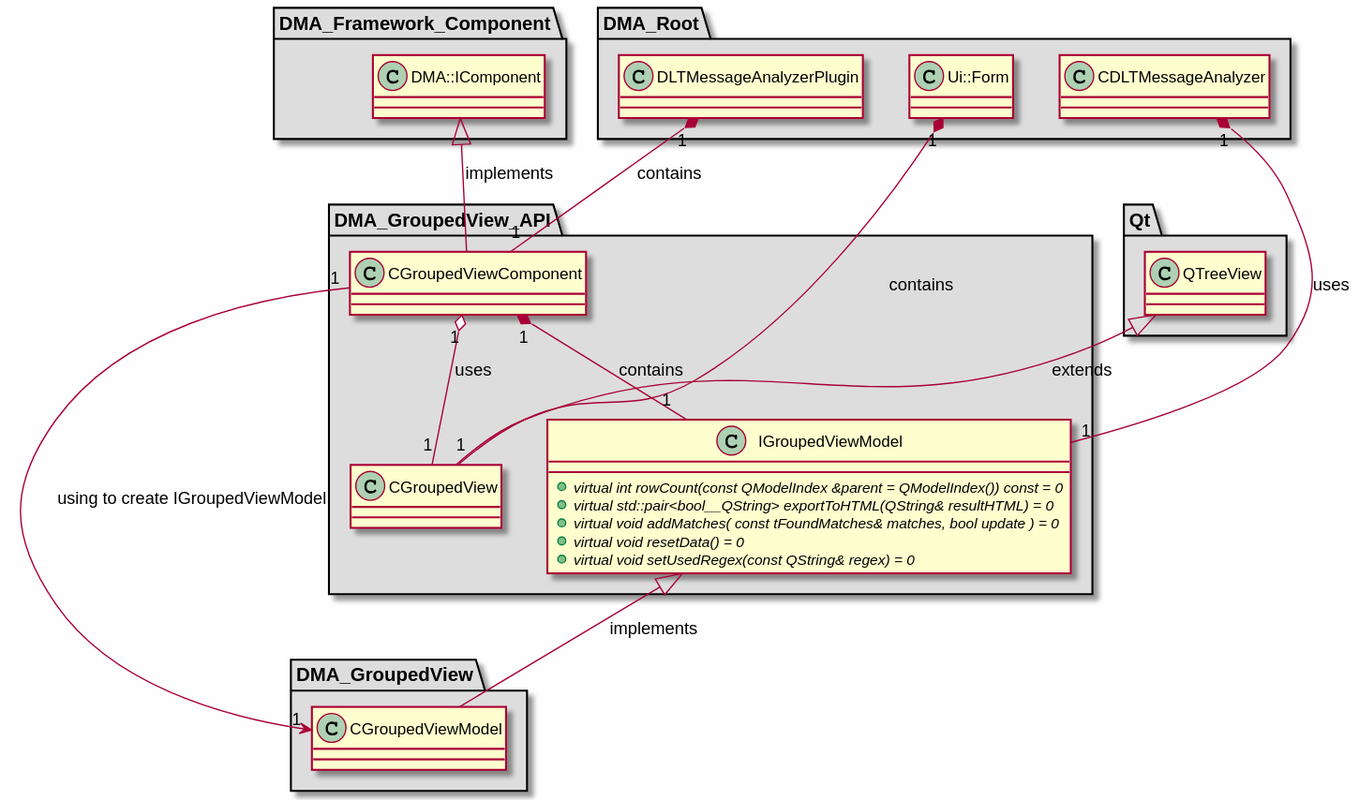
Before: md/dev_docs/puml/DMA_GroupedView_API.svg, a diagram exported from PlantUML (svlad-90/DLT-Message-Analyzer).
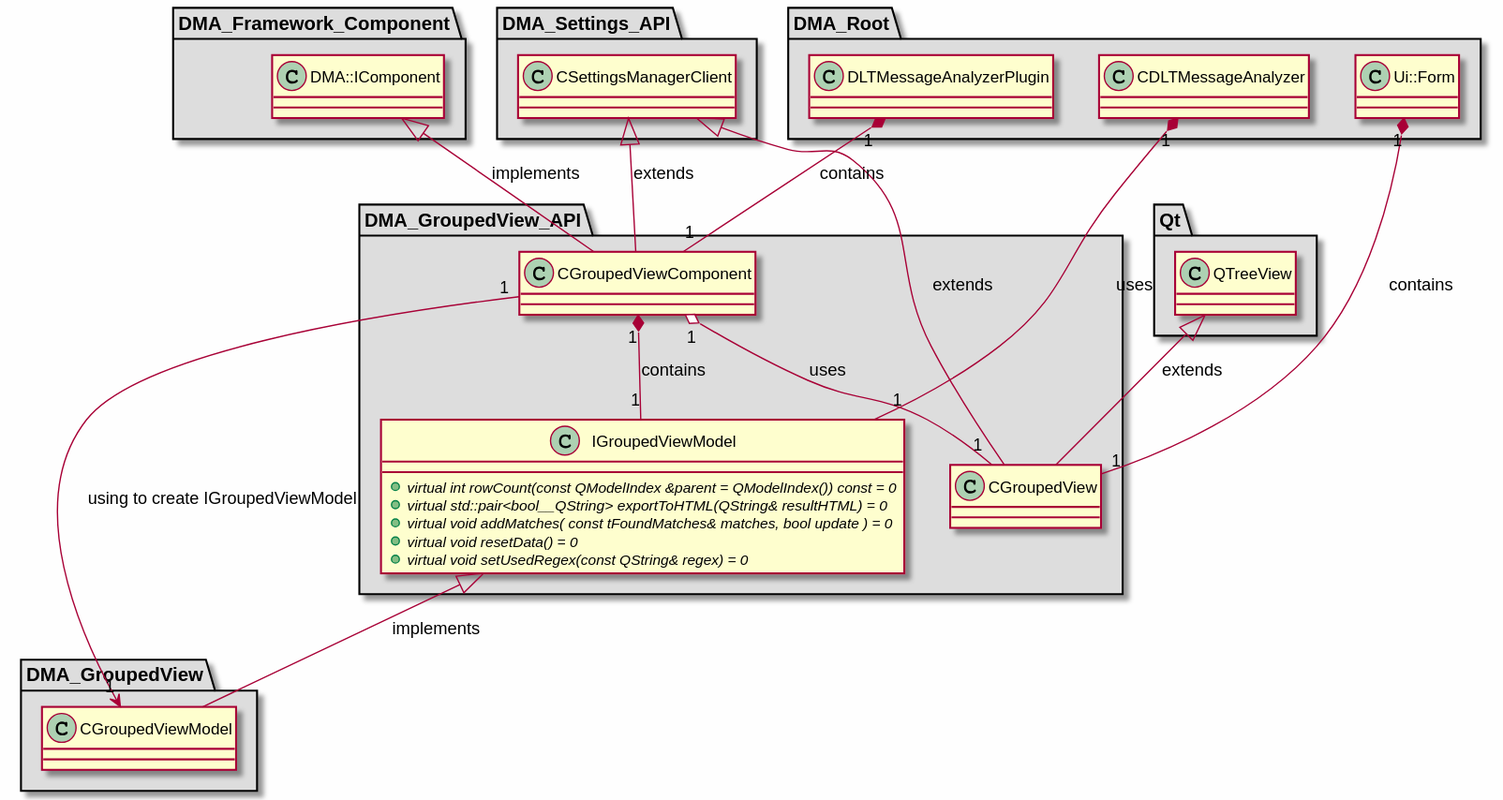
The same file after the commit.

The edit, as a diff of the source:
```diff
@@ -59,6 +59,15 @@
 
 }
 
+package "DMA_Settings_API" #DDDDDD
+{
+
+class "CSettingsManagerClient"
+{
+}
+
+}
+
 package "Qt" #DDDDDD
 {
 
@@ -69,7 +78,9 @@
 }
 
 IGroupedViewModel <|-- CGroupedViewModel : implements
+CSettingsManagerClient <|-- CGroupedView : extends
 QTreeView <|-- CGroupedView : extends
+CSettingsManagerClient <|-- CGroupedViewComponent : extends
 DMA::IComponent <|-- CGroupedViewComponent : implements
 
 CGroupedViewComponent "1" o-- "1" CGroupedView : uses
```
